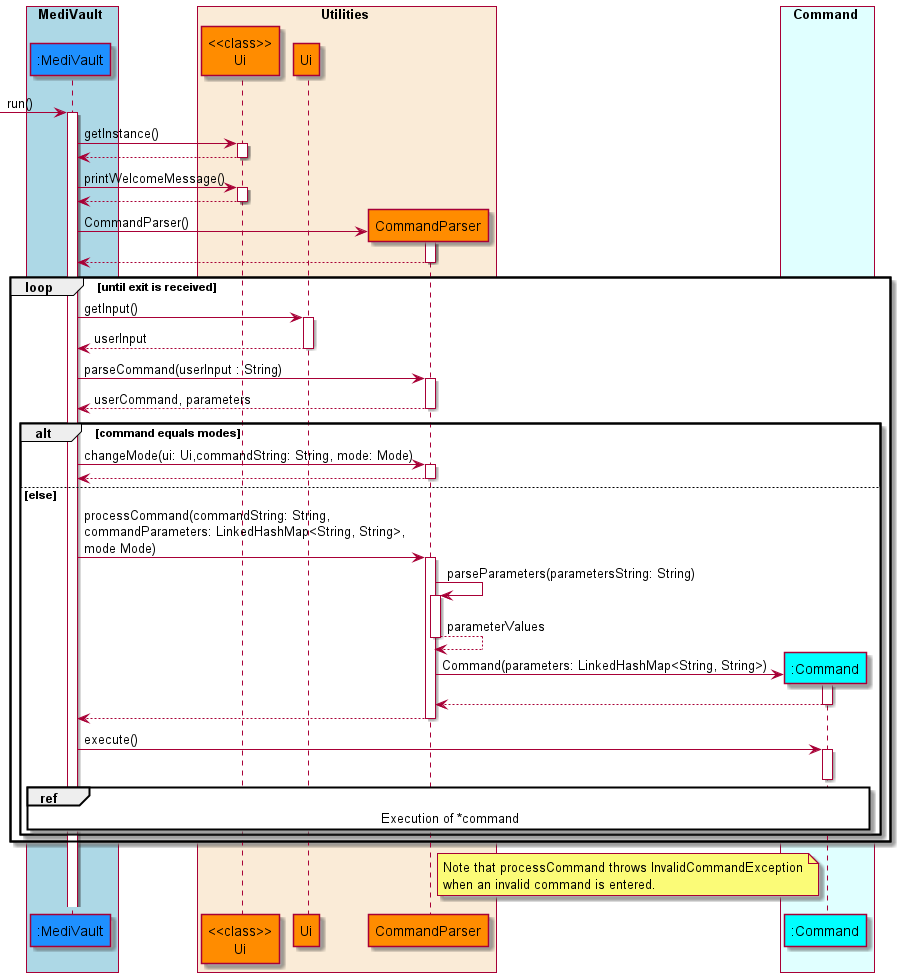
nus-cs2113-AY2122S1/tp keeps this PlantUML diagram as docs/diagrams/diagram_images/MainLogicSequenceDiagram.png. Above is the earlier version.
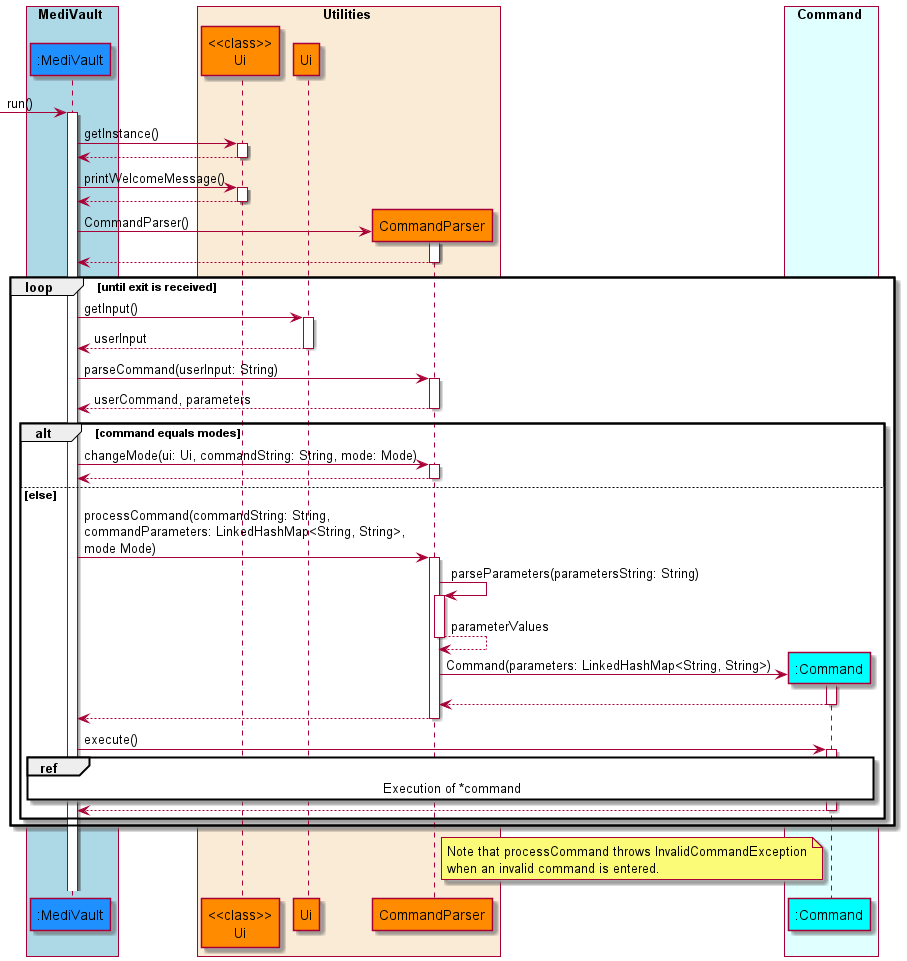
Above is the later version.

Commit message:
Update sequence diagrams

What changed in the source:
```diff
@@ -30,11 +30,11 @@
     loop until exit is received
         medivault -> ui : getInput()
         medivault <-- ui : userInput
-        medivault -> commandparser : parseCommand(userInput : String)
+        medivault -> commandparser : parseCommand(userInput: String)
         medivault <-- commandparser : userCommand, parameters
 
         alt command equals modes
-            medivault -> commandparser : changeMode(ui: Ui,commandString: String, mode: Mode)
+            medivault -> commandparser : changeMode(ui: Ui, commandString: String, mode: Mode)
             medivault <-- commandparser
         else else
             medivault -> commandparser : processCommand(commandString: String,\ncommandParameters: LinkedHashMap<String, String>,\nmode Mode)
@@ -45,10 +45,12 @@
             commandparser <-- command
             medivault <-- commandparser
             medivault -> command : execute()
-            deactivate command
+
             ref over medivault,command
                 Execution of *command
             end ref
+            medivault <-- command :
+            deactivate command
         end
     end
 
```
